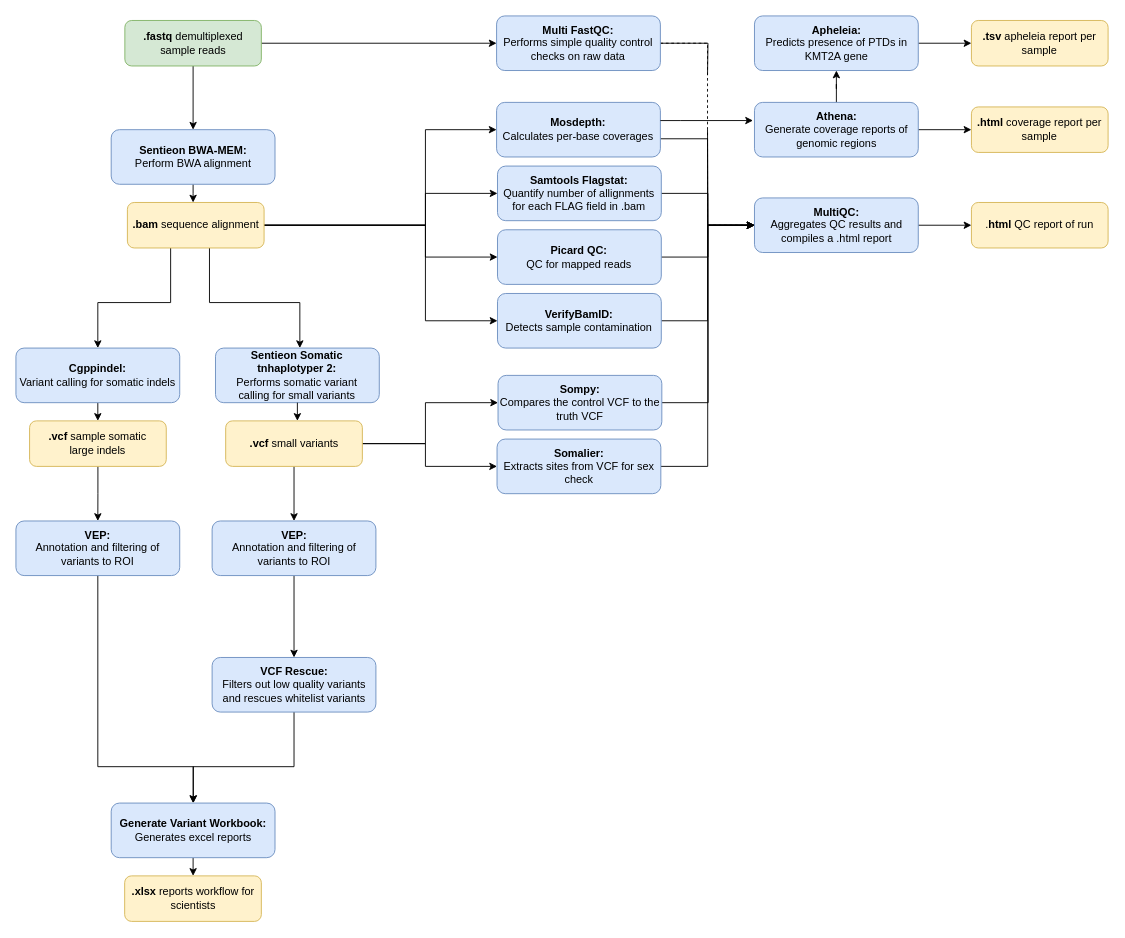
This is images/full_uranus_practical.drawio from eastgenomics/eggd_uranus_main_workflow, a draw.io file, before an edit. Source tidied: cells renumbered, new cells numbered last; positions are measured from the earlier drawing's top-left corner, leaving out a move shared by most shapes. Both pictures are drawn from the tidied source at 91%, with x=0, y=0 at pixel (15, 15).
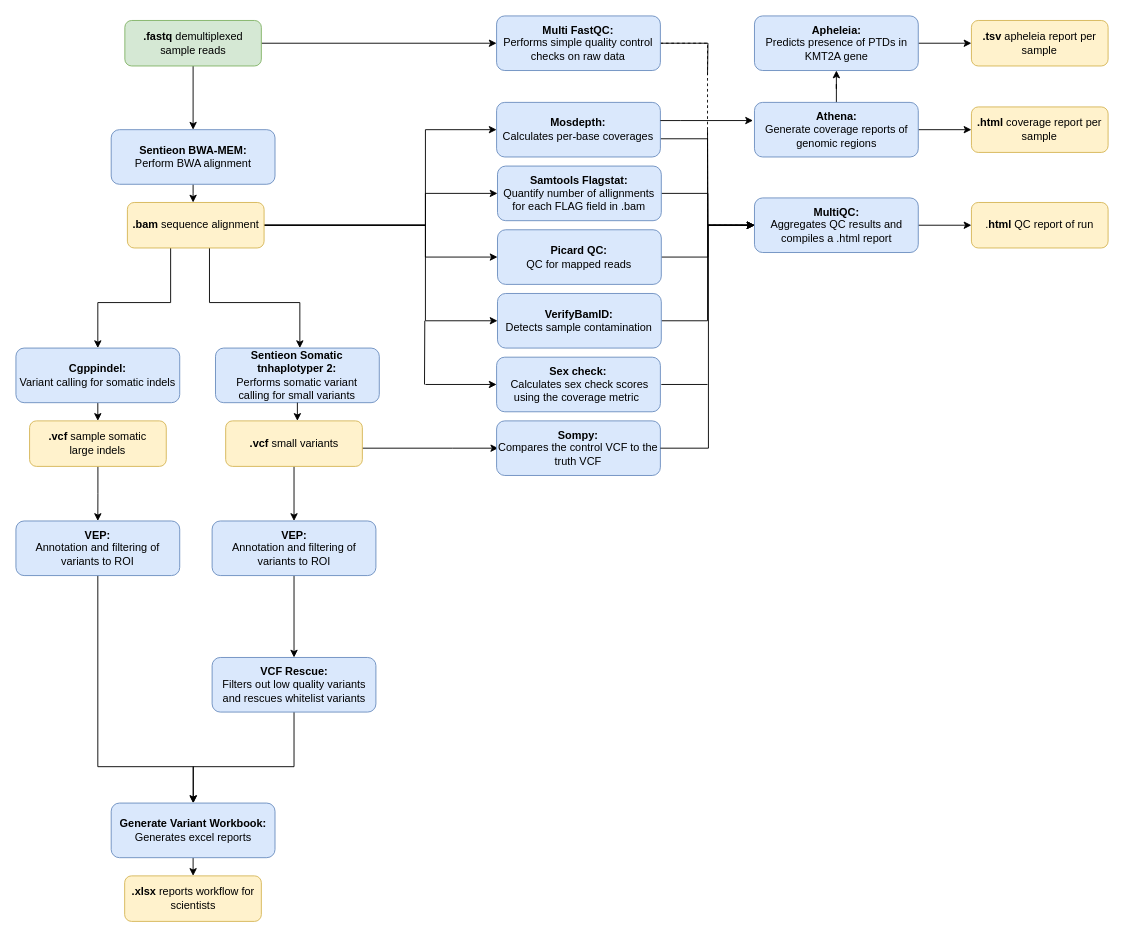
After the change.

Commit message (it also covers changes not shown here):
updated readme , diagram and workflow file to include eggd_sex_check and exclude somalier

Unchanged cells that the change refers to:
```xml
<mxCell id="22" value="&lt;b&gt;.vcf&amp;nbsp;&lt;/b&gt;small variants" style="rounded=1;whiteSpace=wrap;html=1;fillColor=#fff2cc;strokeColor=#d6b656;" parent="1" vertex="1">
  <mxGeometry x="230.5" y="445" width="150.2" height="50" as="geometry" />
</mxCell>
<mxCell id="48" value="&lt;b&gt;MultiQC:&lt;br&gt;&lt;/b&gt;Aggregates QC results and compiles a .html report" style="rounded=1;whiteSpace=wrap;html=1;fillColor=#dae8fc;strokeColor=#6c8ebf;" parent="1" vertex="1">
  <mxGeometry x="811.6" y="200" width="180" height="60" as="geometry" />
</mxCell>
```

Diff of the diagram source:
```diff
@@
-    <mxCell id="19" style="edgeStyle=orthogonalEdgeStyle;rounded=0;jettySize=auto;html=1;entryX=0;entryY=0.5;entryDx=0;entryDy=0;" parent="1" edge="1" source="22" target="38">
+    <mxCell id="19" style="edgeStyle=orthogonalEdgeStyle;rounded=0;orthogonalLoop=1;jettySize=auto;html=1;" parent="1" edge="1">
       <mxGeometry relative="1" as="geometry">
+        <mxPoint x="380" y="475" as="sourcePoint" />
+        <mxPoint x="530" y="475" as="targetPoint" />
         <Array as="points">
-          <mxPoint x="450" y="470" />
-          <mxPoint x="450" y="425" />
+          <mxPoint x="480" y="475" />
+          <mxPoint x="480" y="475" />
         </Array>
       </mxGeometry>
     </mxCell>
-    <mxCell id="20" style="edgeStyle=orthogonalEdgeStyle;rounded=0;jettySize=auto;html=1;" parent="1" edge="1" source="22" target="45">
-      <mxGeometry relative="1" as="geometry">
-        <Array as="points">
-          <mxPoint x="450" y="470" />
-          <mxPoint x="450" y="495" />
-        </Array>
-      </mxGeometry>
-    </mxCell>
@@
-    <mxCell id="37" style="edgeStyle=orthogonalEdgeStyle;rounded=0;jettySize=auto;html=1;entryX=0;entryY=0.5;entryDx=0;entryDy=0;" parent="1" edge="1" source="38" target="48">
-      <mxGeometry relative="1" as="geometry" />
-    </mxCell>
     <mxCell id="38" value="&lt;b&gt;Sompy:&lt;br&gt;&lt;/b&gt;Compares the control VCF to the truth VCF" style="rounded=1;whiteSpace=wrap;html=1;fillColor=#dae8fc;strokeColor=#6c8ebf;" parent="1" vertex="1">
-      <mxGeometry x="529.8" y="395" width="180" height="60" as="geometry" />
+      <mxGeometry x="528.2" y="445" width="180" height="60" as="geometry" />
     </mxCell>
@@
-    <mxCell id="44" style="edgeStyle=orthogonalEdgeStyle;rounded=0;jettySize=auto;html=1;entryX=0;entryY=0.5;entryDx=0;entryDy=0;" parent="1" edge="1" source="45" target="48">
-      <mxGeometry relative="1" as="geometry" />
+    <mxCell id="44" style="edgeStyle=orthogonalEdgeStyle;rounded=0;jettySize=auto;html=1;entryX=0;entryY=0.5;entryDx=0;entryDy=0;exitX=1;exitY=0.5;exitDx=0;exitDy=0;" parent="1" edge="1" source="38" target="48">
+      <mxGeometry relative="1" as="geometry">
+        <Array as="points">
+          <mxPoint x="761" y="475" />
+          <mxPoint x="761" y="230" />
+        </Array>
+      </mxGeometry>
     </mxCell>
-    <mxCell id="45" value="&lt;b&gt;Somalier:&lt;br&gt;&lt;/b&gt;Extracts sites from VCF for sex check" style="rounded=1;whiteSpace=wrap;html=1;fillColor=#dae8fc;strokeColor=#6c8ebf;" parent="1" vertex="1">
-      <mxGeometry x="528.7" y="465" width="180" height="60" as="geometry" />
-    </mxCell>
@@
+    <mxCell id="60" value="&lt;b&gt;Sex check:&lt;br&gt;&lt;/b&gt;&amp;nbsp;Calculates sex check scores using the coverage metric&amp;nbsp;" style="rounded=1;whiteSpace=wrap;html=1;fillColor=#dae8fc;strokeColor=#6c8ebf;" parent="1" vertex="1">
+      <mxGeometry x="528.2" y="375" width="180" height="60" as="geometry" />
+    </mxCell>
+    <mxCell id="61" style="endArrow=classic;html=1;" parent="1" edge="1">
+      <mxGeometry relative="1" as="geometry">
+        <mxPoint x="450" y="405" as="sourcePoint" />
+        <mxPoint x="528.2" y="405" as="targetPoint" />
+      </mxGeometry>
+    </mxCell>
+    <mxCell id="62" style="endArrow=none;html=1;" parent="1" edge="1">
+      <mxGeometry relative="1" as="geometry">
+        <mxPoint x="449" y="405" as="sourcePoint" />
+        <mxPoint x="449.3" y="335" as="targetPoint" />
+      </mxGeometry>
+    </mxCell>
+    <mxCell id="63" style="endArrow=none;html=1;" parent="1" edge="1">
+      <mxGeometry relative="1" as="geometry">
+        <mxPoint x="709.2" y="405" as="sourcePoint" />
+        <mxPoint x="760" y="405" as="targetPoint" />
+      </mxGeometry>
+    </mxCell>
```
